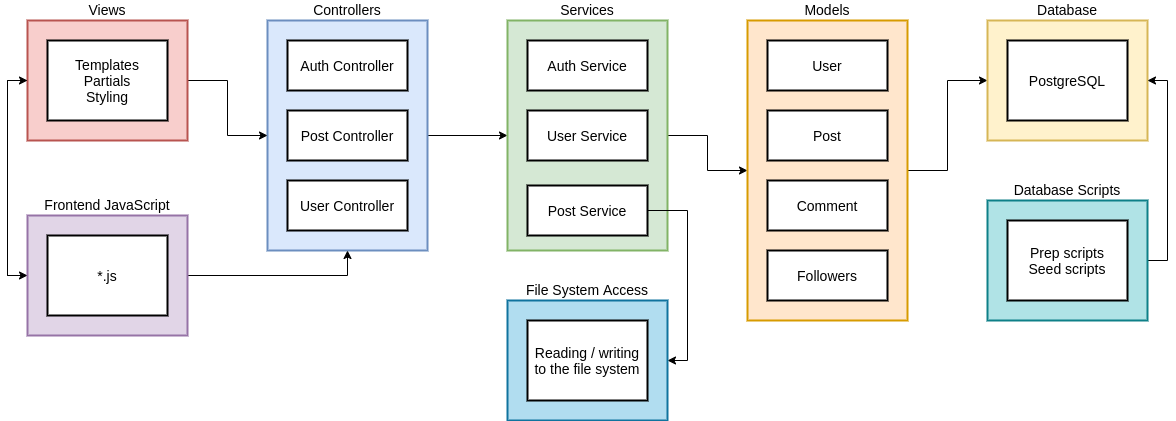
Before: soengram-block-diagram.png, a diagram exported from draw.io (LujainKhalaf/Soengram). Source tidied: cells renumbered, new cells last; positions are measured from the earlier drawing's top-left corner, leaving out a move shared by most shapes. Its diagram source:
```xml
<mxGraphModel background="#ffffff">
  <root>
    <mxCell id="0" />
    <mxCell id="1" parent="0" />
    <mxCell id="2" style="edgeStyle=orthogonalEdgeStyle;rounded=0;jettySize=auto;html=1;entryX=0;entryY=0.5;entryDx=0;entryDy=0;fontSize=14;" parent="1" edge="1" source="3" target="8">
      <mxGeometry relative="1" as="geometry" />
    </mxCell>
    <mxCell id="3" value="Controllers" style="rounded=0;whiteSpace=wrap;html=1;fillColor=#dae8fc;strokeWidth=2;strokeColor=#6c8ebf;verticalAlign=bottom;fontSize=14;labelPosition=center;verticalLabelPosition=top;align=center;" parent="1" vertex="1">
      <mxGeometry x="240" width="160" height="230" as="geometry" />
    </mxCell>
    <mxCell id="4" value="Auth Controller" style="rounded=0;whiteSpace=wrap;html=1;strokeWidth=2;fillColor=#FFFFFF;fontSize=14;" parent="1" vertex="1">
      <mxGeometry x="260" y="20" width="120" height="50" as="geometry" />
    </mxCell>
    <mxCell id="5" value="Post Controller" style="rounded=0;whiteSpace=wrap;html=1;strokeWidth=2;fillColor=#FFFFFF;fontSize=14;" parent="1" vertex="1">
      <mxGeometry x="260" y="90" width="120" height="50" as="geometry" />
    </mxCell>
    <mxCell id="6" value="User Controller" style="rounded=0;whiteSpace=wrap;html=1;strokeWidth=2;fillColor=#FFFFFF;fontSize=14;" parent="1" vertex="1">
      <mxGeometry x="260" y="160" width="120" height="50" as="geometry" />
    </mxCell>
    <mxCell id="7" style="edgeStyle=orthogonalEdgeStyle;rounded=0;jettySize=auto;html=1;entryX=0;entryY=0.5;entryDx=0;entryDy=0;fontSize=14;" parent="1" edge="1" source="8" target="14">
      <mxGeometry relative="1" as="geometry" />
    </mxCell>
    <mxCell id="8" value="Services" style="rounded=0;whiteSpace=wrap;html=1;fillColor=#d5e8d4;strokeWidth=2;strokeColor=#82b366;verticalAlign=bottom;fontSize=14;labelPosition=center;verticalLabelPosition=top;align=center;" parent="1" vertex="1">
      <mxGeometry x="480" width="160" height="230" as="geometry" />
    </mxCell>
    <mxCell id="9" value="Auth Service" style="rounded=0;whiteSpace=wrap;html=1;strokeWidth=2;fillColor=#FFFFFF;fontSize=14;" parent="1" vertex="1">
      <mxGeometry x="500" y="20" width="120" height="50" as="geometry" />
    </mxCell>
    <mxCell id="10" style="edgeStyle=orthogonalEdgeStyle;rounded=0;jettySize=auto;html=1;exitX=1;exitY=0.5;exitDx=0;exitDy=0;entryX=1;entryY=0.5;entryDx=0;entryDy=0;fontSize=14;" parent="1" edge="1" source="11" target="32">
      <mxGeometry relative="1" as="geometry" />
    </mxCell>
    <mxCell id="11" value="Post Service" style="rounded=0;whiteSpace=wrap;html=1;strokeWidth=2;fillColor=#FFFFFF;fontSize=14;" parent="1" vertex="1">
      <mxGeometry x="500" y="165" width="120" height="50" as="geometry" />
    </mxCell>
    <mxCell id="12" value="User Service" style="rounded=0;whiteSpace=wrap;html=1;strokeWidth=2;fillColor=#FFFFFF;fontSize=14;" parent="1" vertex="1">
      <mxGeometry x="500" y="90" width="120" height="50" as="geometry" />
    </mxCell>
    <mxCell id="13" style="edgeStyle=orthogonalEdgeStyle;rounded=0;jettySize=auto;html=1;entryX=0;entryY=0.5;entryDx=0;entryDy=0;fontSize=14;" parent="1" edge="1" source="14" target="19">
      <mxGeometry relative="1" as="geometry" />
    </mxCell>
    <mxCell id="14" value="Models" style="rounded=0;whiteSpace=wrap;html=1;fillColor=#ffe6cc;strokeWidth=2;strokeColor=#d79b00;verticalAlign=bottom;fontSize=14;labelPosition=center;verticalLabelPosition=top;align=center;" parent="1" vertex="1">
      <mxGeometry x="720" width="160" height="300" as="geometry" />
    </mxCell>
    <mxCell id="15" value="User" style="rounded=0;whiteSpace=wrap;html=1;strokeWidth=2;fillColor=#FFFFFF;fontSize=14;" parent="1" vertex="1">
      <mxGeometry x="740" y="20" width="120" height="50" as="geometry" />
    </mxCell>
    <mxCell id="16" value="Post" style="rounded=0;whiteSpace=wrap;html=1;strokeWidth=2;fillColor=#FFFFFF;fontSize=14;" parent="1" vertex="1">
      <mxGeometry x="740" y="90" width="120" height="50" as="geometry" />
    </mxCell>
    <mxCell id="17" value="Comment" style="rounded=0;whiteSpace=wrap;html=1;strokeWidth=2;fillColor=#FFFFFF;fontSize=14;" parent="1" vertex="1">
      <mxGeometry x="740" y="160" width="120" height="50" as="geometry" />
    </mxCell>
    <mxCell id="18" value="Followers" style="rounded=0;whiteSpace=wrap;html=1;strokeWidth=2;fillColor=#FFFFFF;fontSize=14;" parent="1" vertex="1">
      <mxGeometry x="740" y="230" width="120" height="50" as="geometry" />
    </mxCell>
    <mxCell id="19" value="Database" style="rounded=0;whiteSpace=wrap;html=1;fillColor=#fff2cc;strokeWidth=2;strokeColor=#d6b656;verticalAlign=bottom;fontSize=14;labelPosition=center;verticalLabelPosition=top;align=center;" parent="1" vertex="1">
      <mxGeometry x="960" width="160" height="120" as="geometry" />
    </mxCell>
    <mxCell id="20" value="PostgreSQL" style="rounded=0;whiteSpace=wrap;html=1;strokeWidth=2;fillColor=#FFFFFF;fontSize=14;" parent="1" vertex="1">
      <mxGeometry x="980" y="20" width="120" height="80" as="geometry" />
    </mxCell>
    <mxCell id="21" style="edgeStyle=orthogonalEdgeStyle;rounded=0;jettySize=auto;html=1;entryX=0;entryY=0.5;entryDx=0;entryDy=0;fontSize=14;" parent="1" edge="1" source="23" target="3">
      <mxGeometry relative="1" as="geometry" />
    </mxCell>
    <mxCell id="22" style="edgeStyle=orthogonalEdgeStyle;rounded=0;jettySize=auto;html=1;entryX=0;entryY=0.5;entryDx=0;entryDy=0;fontSize=14;exitX=0;exitY=0.5;exitDx=0;exitDy=0;" parent="1" edge="1" source="23" target="27">
      <mxGeometry relative="1" as="geometry" />
    </mxCell>
    <mxCell id="23" value="Views" style="rounded=0;whiteSpace=wrap;html=1;fillColor=#f8cecc;strokeWidth=2;strokeColor=#b85450;verticalAlign=bottom;fontSize=14;labelPosition=center;verticalLabelPosition=top;align=center;" parent="1" vertex="1">
      <mxGeometry width="160" height="120" as="geometry" />
    </mxCell>
    <mxCell id="24" value="Templates&lt;br&gt;Partials&lt;br&gt;Styling" style="rounded=0;whiteSpace=wrap;html=1;strokeWidth=2;fillColor=#FFFFFF;fontSize=14;" parent="1" vertex="1">
      <mxGeometry x="20" y="20" width="120" height="80" as="geometry" />
    </mxCell>
    <mxCell id="25" style="edgeStyle=orthogonalEdgeStyle;rounded=0;jettySize=auto;html=1;entryX=0.5;entryY=1;entryDx=0;entryDy=0;fontSize=14;" parent="1" edge="1" source="27" target="3">
      <mxGeometry relative="1" as="geometry" />
    </mxCell>
    <mxCell id="26" style="edgeStyle=orthogonalEdgeStyle;rounded=0;jettySize=auto;html=1;entryX=0;entryY=0.5;entryDx=0;entryDy=0;fontSize=14;exitX=0;exitY=0.5;exitDx=0;exitDy=0;" parent="1" edge="1" source="27" target="23">
      <mxGeometry relative="1" as="geometry" />
    </mxCell>
    <mxCell id="27" value="Frontend JavaScript" style="rounded=0;whiteSpace=wrap;html=1;fillColor=#e1d5e7;strokeWidth=2;strokeColor=#9673a6;verticalAlign=bottom;fontSize=14;labelPosition=center;verticalLabelPosition=top;align=center;" parent="1" vertex="1">
      <mxGeometry y="195" width="160" height="120" as="geometry" />
    </mxCell>
    <mxCell id="28" value="*.js" style="rounded=0;whiteSpace=wrap;html=1;strokeWidth=2;fillColor=#FFFFFF;fontSize=14;" parent="1" vertex="1">
      <mxGeometry x="20" y="215" width="120" height="80" as="geometry" />
    </mxCell>
    <mxCell id="29" style="edgeStyle=orthogonalEdgeStyle;rounded=0;jettySize=auto;html=1;entryX=1;entryY=0.5;entryDx=0;entryDy=0;fontSize=14;exitX=1;exitY=0.5;exitDx=0;exitDy=0;" parent="1" edge="1" source="30" target="19">
      <mxGeometry relative="1" as="geometry" />
    </mxCell>
    <mxCell id="30" value="Database Scripts" style="rounded=0;whiteSpace=wrap;html=1;fillColor=#b0e3e6;strokeWidth=2;strokeColor=#0e8088;verticalAlign=bottom;fontSize=14;labelPosition=center;verticalLabelPosition=top;align=center;" parent="1" vertex="1">
      <mxGeometry x="960" y="180" width="160" height="120" as="geometry" />
    </mxCell>
    <mxCell id="31" value="Prep scripts&lt;br&gt;Seed scripts" style="rounded=0;whiteSpace=wrap;html=1;strokeWidth=2;fillColor=#FFFFFF;fontSize=14;" parent="1" vertex="1">
      <mxGeometry x="980" y="200" width="120" height="80" as="geometry" />
    </mxCell>
    <mxCell id="32" value="File System Access" style="rounded=0;whiteSpace=wrap;html=1;fillColor=#b1ddf0;strokeWidth=2;strokeColor=#10739e;verticalAlign=bottom;fontSize=14;labelPosition=center;verticalLabelPosition=top;align=center;" parent="1" vertex="1">
      <mxGeometry x="480" y="280" width="160" height="120" as="geometry" />
    </mxCell>
    <mxCell id="33" value="Reading / writing to the file system" style="rounded=0;whiteSpace=wrap;html=1;strokeWidth=2;fillColor=#FFFFFF;fontSize=14;" parent="1" vertex="1">
      <mxGeometry x="500" y="300" width="120" height="80" as="geometry" />
    </mxCell>
  </root>
</mxGraphModel>
```
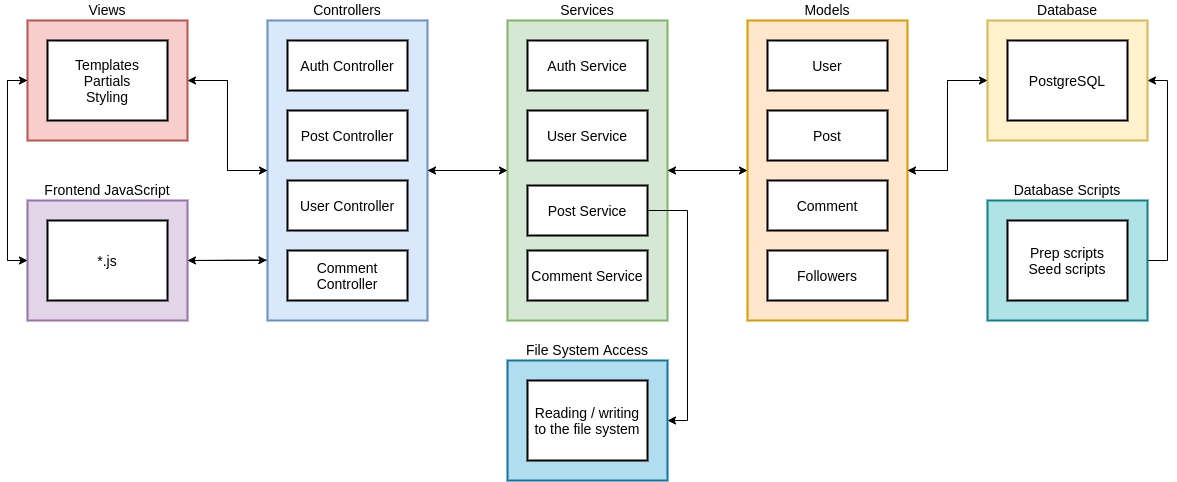
Later version of the same file.

The edit, as a diff of the source:
```diff
@@ -5,8 +5,14 @@
     <mxCell id="2" style="edgeStyle=orthogonalEdgeStyle;rounded=0;jettySize=auto;html=1;entryX=0;entryY=0.5;entryDx=0;entryDy=0;fontSize=14;" parent="1" edge="1" source="3" target="8">
       <mxGeometry relative="1" as="geometry" />
     </mxCell>
+    <mxCell id="34" style="edgeStyle=orthogonalEdgeStyle;rounded=0;jettySize=auto;html=1;exitX=0;exitY=0.5;exitDx=0;exitDy=0;entryX=1;entryY=0.5;entryDx=0;entryDy=0;" parent="1" edge="1" source="3" target="23">
+      <mxGeometry relative="1" as="geometry" />
+    </mxCell>
+    <mxCell id="35" style="edgeStyle=orthogonalEdgeStyle;rounded=0;jettySize=auto;html=1;exitX=-0.002;exitY=0.799;exitDx=0;exitDy=0;exitPerimeter=0;" parent="1" edge="1" source="3" target="27">
+      <mxGeometry relative="1" as="geometry" />
+    </mxCell>
     <mxCell id="3" value="Controllers" style="rounded=0;whiteSpace=wrap;html=1;fillColor=#dae8fc;strokeWidth=2;strokeColor=#6c8ebf;verticalAlign=bottom;fontSize=14;labelPosition=center;verticalLabelPosition=top;align=center;" parent="1" vertex="1">
-      <mxGeometry x="240" width="160" height="230" as="geometry" />
+      <mxGeometry x="240" width="160" height="300" as="geometry" />
     </mxCell>
     <mxCell id="4" value="Auth Controller" style="rounded=0;whiteSpace=wrap;html=1;strokeWidth=2;fillColor=#FFFFFF;fontSize=14;" parent="1" vertex="1">
       <mxGeometry x="260" y="20" width="120" height="50" as="geometry" />
@@ -20,8 +26,11 @@
     <mxCell id="7" style="edgeStyle=orthogonalEdgeStyle;rounded=0;jettySize=auto;html=1;entryX=0;entryY=0.5;entryDx=0;entryDy=0;fontSize=14;" parent="1" edge="1" source="8" target="14">
       <mxGeometry relative="1" as="geometry" />
     </mxCell>
+    <mxCell id="36" style="edgeStyle=orthogonalEdgeStyle;rounded=0;jettySize=auto;html=1;exitX=0;exitY=0.5;exitDx=0;exitDy=0;entryX=1;entryY=0.5;entryDx=0;entryDy=0;" parent="1" edge="1" source="8" target="3">
+      <mxGeometry relative="1" as="geometry" />
+    </mxCell>
     <mxCell id="8" value="Services" style="rounded=0;whiteSpace=wrap;html=1;fillColor=#d5e8d4;strokeWidth=2;strokeColor=#82b366;verticalAlign=bottom;fontSize=14;labelPosition=center;verticalLabelPosition=top;align=center;" parent="1" vertex="1">
-      <mxGeometry x="480" width="160" height="230" as="geometry" />
+      <mxGeometry x="480" width="160" height="300" as="geometry" />
     </mxCell>
     <mxCell id="9" value="Auth Service" style="rounded=0;whiteSpace=wrap;html=1;strokeWidth=2;fillColor=#FFFFFF;fontSize=14;" parent="1" vertex="1">
       <mxGeometry x="500" y="20" width="120" height="50" as="geometry" />
@@ -38,6 +47,9 @@
     <mxCell id="13" style="edgeStyle=orthogonalEdgeStyle;rounded=0;jettySize=auto;html=1;entryX=0;entryY=0.5;entryDx=0;entryDy=0;fontSize=14;" parent="1" edge="1" source="14" target="19">
       <mxGeometry relative="1" as="geometry" />
     </mxCell>
+    <mxCell id="37" style="edgeStyle=orthogonalEdgeStyle;rounded=0;jettySize=auto;html=1;exitX=0;exitY=0.5;exitDx=0;exitDy=0;entryX=1;entryY=0.5;entryDx=0;entryDy=0;" parent="1" edge="1" source="14" target="8">
+      <mxGeometry relative="1" as="geometry" />
+    </mxCell>
     <mxCell id="14" value="Models" style="rounded=0;whiteSpace=wrap;html=1;fillColor=#ffe6cc;strokeWidth=2;strokeColor=#d79b00;verticalAlign=bottom;fontSize=14;labelPosition=center;verticalLabelPosition=top;align=center;" parent="1" vertex="1">
       <mxGeometry x="720" width="160" height="300" as="geometry" />
     </mxCell>
@@ -53,6 +65,9 @@
     <mxCell id="18" value="Followers" style="rounded=0;whiteSpace=wrap;html=1;strokeWidth=2;fillColor=#FFFFFF;fontSize=14;" parent="1" vertex="1">
       <mxGeometry x="740" y="230" width="120" height="50" as="geometry" />
     </mxCell>
+    <mxCell id="38" style="edgeStyle=orthogonalEdgeStyle;rounded=0;jettySize=auto;html=1;exitX=0;exitY=0.5;exitDx=0;exitDy=0;entryX=1;entryY=0.5;entryDx=0;entryDy=0;" parent="1" edge="1" source="19" target="14">
+      <mxGeometry relative="1" as="geometry" />
+    </mxCell>
     <mxCell id="19" value="Database" style="rounded=0;whiteSpace=wrap;html=1;fillColor=#fff2cc;strokeWidth=2;strokeColor=#d6b656;verticalAlign=bottom;fontSize=14;labelPosition=center;verticalLabelPosition=top;align=center;" parent="1" vertex="1">
       <mxGeometry x="960" width="160" height="120" as="geometry" />
     </mxCell>
@@ -71,17 +86,17 @@
     <mxCell id="24" value="Templates&lt;br&gt;Partials&lt;br&gt;Styling" style="rounded=0;whiteSpace=wrap;html=1;strokeWidth=2;fillColor=#FFFFFF;fontSize=14;" parent="1" vertex="1">
       <mxGeometry x="20" y="20" width="120" height="80" as="geometry" />
     </mxCell>
-    <mxCell id="25" style="edgeStyle=orthogonalEdgeStyle;rounded=0;jettySize=auto;html=1;entryX=0.5;entryY=1;entryDx=0;entryDy=0;fontSize=14;" parent="1" edge="1" source="27" target="3">
+    <mxCell id="25" style="edgeStyle=orthogonalEdgeStyle;rounded=0;jettySize=auto;html=1;entryX=-0.004;entryY=0.799;entryDx=0;entryDy=0;fontSize=14;entryPerimeter=0;" parent="1" edge="1" source="27" target="3">
       <mxGeometry relative="1" as="geometry" />
     </mxCell>
     <mxCell id="26" style="edgeStyle=orthogonalEdgeStyle;rounded=0;jettySize=auto;html=1;entryX=0;entryY=0.5;entryDx=0;entryDy=0;fontSize=14;exitX=0;exitY=0.5;exitDx=0;exitDy=0;" parent="1" edge="1" source="27" target="23">
       <mxGeometry relative="1" as="geometry" />
     </mxCell>
     <mxCell id="27" value="Frontend JavaScript" style="rounded=0;whiteSpace=wrap;html=1;fillColor=#e1d5e7;strokeWidth=2;strokeColor=#9673a6;verticalAlign=bottom;fontSize=14;labelPosition=center;verticalLabelPosition=top;align=center;" parent="1" vertex="1">
-      <mxGeometry y="195" width="160" height="120" as="geometry" />
+      <mxGeometry y="180" width="160" height="120" as="geometry" />
     </mxCell>
     <mxCell id="28" value="*.js" style="rounded=0;whiteSpace=wrap;html=1;strokeWidth=2;fillColor=#FFFFFF;fontSize=14;" parent="1" vertex="1">
-      <mxGeometry x="20" y="215" width="120" height="80" as="geometry" />
+      <mxGeometry x="20" y="200" width="120" height="80" as="geometry" />
     </mxCell>
     <mxCell id="29" style="edgeStyle=orthogonalEdgeStyle;rounded=0;jettySize=auto;html=1;entryX=1;entryY=0.5;entryDx=0;entryDy=0;fontSize=14;exitX=1;exitY=0.5;exitDx=0;exitDy=0;" parent="1" edge="1" source="30" target="19">
       <mxGeometry relative="1" as="geometry" />
@@ -93,10 +108,16 @@
       <mxGeometry x="980" y="200" width="120" height="80" as="geometry" />
     </mxCell>
     <mxCell id="32" value="File System Access" style="rounded=0;whiteSpace=wrap;html=1;fillColor=#b1ddf0;strokeWidth=2;strokeColor=#10739e;verticalAlign=bottom;fontSize=14;labelPosition=center;verticalLabelPosition=top;align=center;" parent="1" vertex="1">
-      <mxGeometry x="480" y="280" width="160" height="120" as="geometry" />
+      <mxGeometry x="480" y="340" width="160" height="120" as="geometry" />
     </mxCell>
     <mxCell id="33" value="Reading / writing to the file system" style="rounded=0;whiteSpace=wrap;html=1;strokeWidth=2;fillColor=#FFFFFF;fontSize=14;" parent="1" vertex="1">
-      <mxGeometry x="500" y="300" width="120" height="80" as="geometry" />
+      <mxGeometry x="500" y="360" width="120" height="80" as="geometry" />
     </mxCell>
+    <mxCell id="39" value="Comment Controller" style="rounded=0;whiteSpace=wrap;html=1;strokeWidth=2;fillColor=#FFFFFF;fontSize=14;" parent="1" vertex="1">
+      <mxGeometry x="260" y="230" width="120" height="50" as="geometry" />
+    </mxCell>
+    <mxCell id="40" value="Comment Service" style="rounded=0;whiteSpace=wrap;html=1;strokeWidth=2;fillColor=#FFFFFF;fontSize=14;" parent="1" vertex="1">
+      <mxGeometry x="500" y="230" width="120" height="50" as="geometry" />
+    </mxCell>
   </root>
 </mxGraphModel>
```
